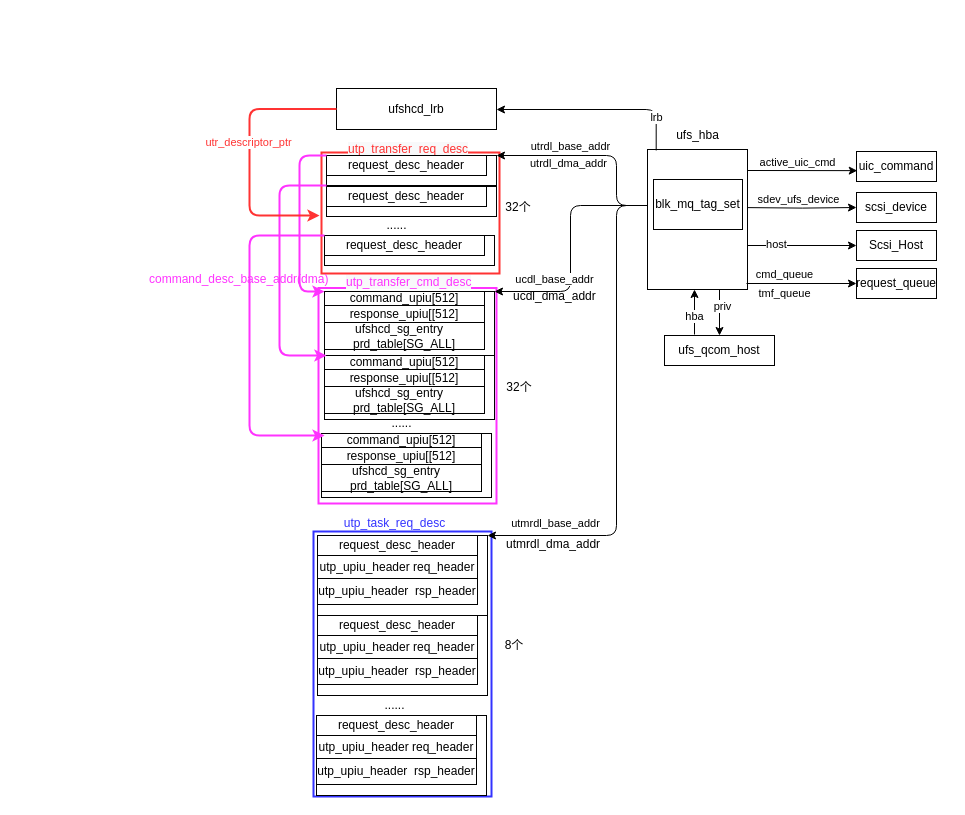
The draw.io diagram ufs.drawio in jasonactions/graph, before the edit. Source tidied: cells renumbered, new cells numbered last; positions are measured from the earlier drawing's top-left corner, leaving out a move shared by most shapes. Both pictures are drawn from the tidied source at 100%, with x=0, y=0 at pixel (147, 88).
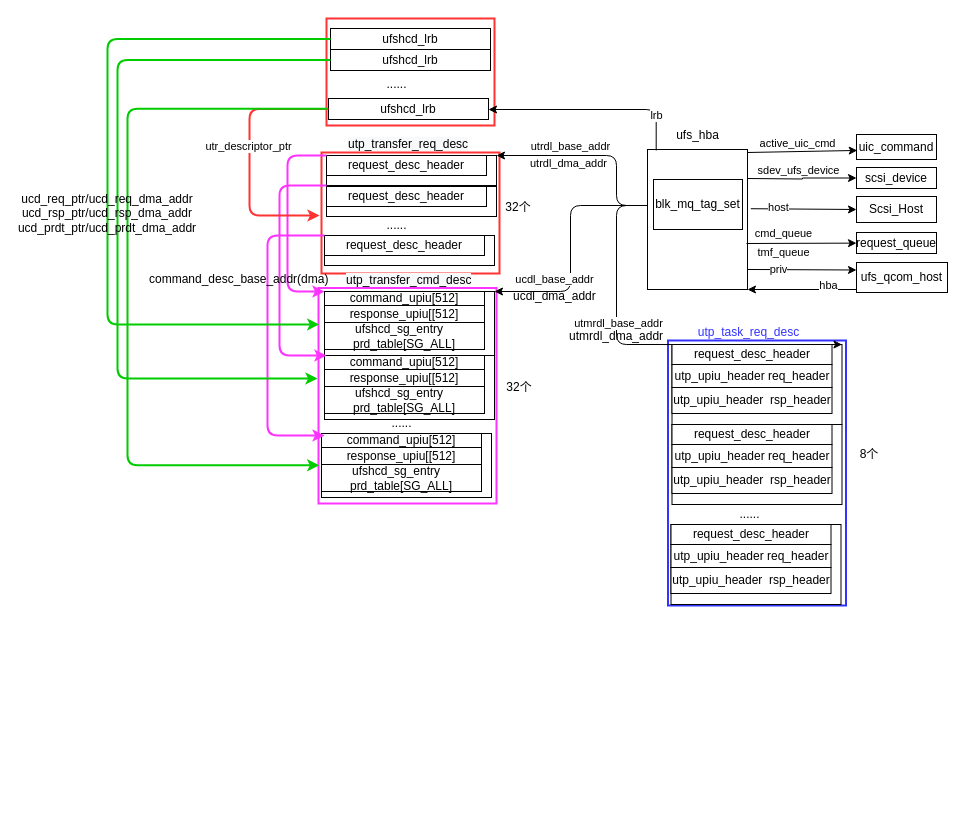
The same diagram, later.

The change refers to these unchanged cells:
```xml
<mxCell id="3" style="rounded=0;whiteSpace=wrap;html=1;strokeColor=#FF33FF;strokeWidth=2;" parent="1" vertex="1">
  <mxGeometry x="171" y="199.5" width="178" height="215.5" as="geometry" />
</mxCell>
<mxCell id="7" style="rounded=0;whiteSpace=wrap;html=1;" parent="1" vertex="1">
  <mxGeometry x="500" y="61" width="100" height="140" as="geometry" />
</mxCell>
<mxCell id="14" style="edgeStyle=elbowEdgeStyle;elbow=horizontal;endArrow=classic;html=1;exitX=0;exitY=0.5;exitDx=0;exitDy=0;entryX=1;entryY=0;entryDx=0;entryDy=0;" parent="1" edge="1" target="10">
  <mxGeometry relative="1" as="geometry">
    <mxPoint x="500" y="117" as="sourcePoint" />
    <Array as="points">
      <mxPoint x="469" y="127" />
    </Array>
  </mxGeometry>
</mxCell>
<mxCell id="42" value="command_upiu[512]" style="rounded=0;whiteSpace=wrap;html=1;" parent="1" vertex="1">
  <mxGeometry x="177" y="203" width="160" height="14" as="geometry" />
</mxCell>
<mxCell id="45" value="request_desc_header" style="rounded=0;whiteSpace=wrap;html=1;" parent="1" vertex="1">
  <mxGeometry x="179" y="67" width="160" height="20" as="geometry" />
</mxCell>
<mxCell id="55" value="request_desc_header" style="rounded=0;whiteSpace=wrap;html=1;" parent="1" vertex="1">
  <mxGeometry x="177" y="147" width="160" height="20" as="geometry" />
</mxCell>
<mxCell id="62" value="command_upiu[512]" style="rounded=0;whiteSpace=wrap;html=1;" parent="1" vertex="1">
  <mxGeometry x="174" y="345" width="160" height="14" as="geometry" />
</mxCell>
<mxCell id="81" style="edgeStyle=elbowEdgeStyle;elbow=horizontal;endArrow=classic;html=1;exitX=0;exitY=0.5;exitDx=0;exitDy=0;strokeColor=#FF3333;strokeWidth=2;" parent="1" edge="1" source="26">
  <mxGeometry relative="1" as="geometry">
    <mxPoint x="172" y="127" as="targetPoint" />
    <Array as="points">
      <mxPoint x="102" y="77" />
    </Array>
  </mxGeometry>
</mxCell>
```

The edit, as a diff of the source:
```diff
@@
+    <mxCell id="83" style="rounded=0;whiteSpace=wrap;html=1;strokeColor=#FF3333;strokeWidth=2;" parent="1" vertex="1">
+      <mxGeometry x="179" y="-70" width="168" height="107" as="geometry" />
+    </mxCell>
     <mxCell id="2" style="rounded=0;whiteSpace=wrap;html=1;strokeColor=#3333FF;strokeWidth=2;" parent="1" vertex="1">
-      <mxGeometry x="166" y="443" width="178" height="265" as="geometry" />
+      <mxGeometry x="520.5" y="252" width="178" height="265" as="geometry" />
     </mxCell>
@@
-    <mxCell id="5" style="edgeStyle=orthogonalEdgeStyle;rounded=0;jettySize=auto;html=1;entryX=0;entryY=0.5;entryDx=0;entryDy=0;exitX=0.997;exitY=0.179;exitDx=0;exitDy=0;exitPerimeter=0;" parent="1" edge="1" target="25">
+    <mxCell id="5" style="edgeStyle=orthogonalEdgeStyle;rounded=0;jettySize=auto;html=1;entryX=0;entryY=0.5;entryDx=0;entryDy=0;" parent="1" edge="1" target="25">
       <mxGeometry relative="1" as="geometry">
-        <mxPoint x="599.7" y="119.1" as="sourcePoint" />
+        <mxPoint x="600" y="90" as="sourcePoint" />
       </mxGeometry>
     </mxCell>
@@
     <mxCell id="10" style="rounded=0;whiteSpace=wrap;html=1;" parent="1" vertex="1">
-      <mxGeometry x="170" y="447" width="170" height="80" as="geometry" />
+      <mxGeometry x="524.5" y="256" width="170" height="80" as="geometry" />
     </mxCell>
@@
     <mxCell id="15" value="utmrdl_base_addr" style="edgeLabel;html=1;align=center;verticalAlign=middle;" parent="14" vertex="1">
       <mxGeometry x="0.45" y="-3" relative="1" as="geometry">
-        <mxPoint x="-59" y="-7" as="offset" />
+        <mxPoint x="-116" y="-25" as="offset" />
       </mxGeometry>
     </mxCell>
@@
     <mxCell id="18" value="Scsi_Host" style="rounded=0;whiteSpace=wrap;html=1;" parent="1" vertex="1">
-      <mxGeometry x="709" y="142" width="80" height="30" as="geometry" />
+      <mxGeometry x="709" y="108" width="80" height="26" as="geometry" />
     </mxCell>
-    <mxCell id="19" style="endArrow=classic;html=1;exitX=1;exitY=0.5;exitDx=0;exitDy=0;entryX=0;entryY=0.5;entryDx=0;entryDy=0;" parent="1" edge="1" target="18">
-      <mxGeometry relative="1" as="geometry">
-        <mxPoint x="600" y="157" as="sourcePoint" />
-      </mxGeometry>
+    <mxCell id="19" style="endArrow=classic;html=1;exitX=1.033;exitY=0.423;exitDx=0;exitDy=0;entryX=0;entryY=0.5;entryDx=0;entryDy=0;exitPerimeter=0;" parent="1" edge="1" source="7" target="18">
+      <mxGeometry relative="1" as="geometry" />
     </mxCell>
@@
     <mxCell id="21" value="request_queue" style="rounded=0;whiteSpace=wrap;html=1;" parent="1" vertex="1">
-      <mxGeometry x="709" y="180" width="80" height="30" as="geometry" />
+      <mxGeometry x="709" y="144" width="80" height="21" as="geometry" />
     </mxCell>
     <mxCell id="22" style="endArrow=classic;html=1;" parent="1" edge="1" target="21">
       <mxGeometry relative="1" as="geometry">
-        <mxPoint x="599" y="195" as="sourcePoint" />
+        <mxPoint x="599" y="155" as="sourcePoint" />
       </mxGeometry>
     </mxCell>
@@
     <mxCell id="25" value="scsi_device" style="rounded=0;whiteSpace=wrap;html=1;" parent="1" vertex="1">
-      <mxGeometry x="709" y="104" width="80" height="30" as="geometry" />
+      <mxGeometry x="709" y="79" width="80" height="21" as="geometry" />
     </mxCell>
     <mxCell id="26" value="ufshcd_lrb" style="rounded=0;whiteSpace=wrap;html=1;" parent="1" vertex="1">
-      <mxGeometry x="189" width="160" height="41" as="geometry" />
+      <mxGeometry x="181" y="10" width="160" height="21" as="geometry" />
     </mxCell>
@@
     <mxCell id="29" value="uic_command" style="rounded=0;whiteSpace=wrap;html=1;" parent="1" vertex="1">
-      <mxGeometry x="709" y="63" width="80" height="30" as="geometry" />
+      <mxGeometry x="709" y="46" width="80" height="25" as="geometry" />
     </mxCell>
     <mxCell id="30" style="endArrow=classic;html=1;entryX=0.009;entryY=0.638;entryDx=0;entryDy=0;entryPerimeter=0;exitX=0.997;exitY=0.114;exitDx=0;exitDy=0;exitPerimeter=0;" parent="1" edge="1" target="29">
       <mxGeometry relative="1" as="geometry">
-        <mxPoint x="599.7" y="82" as="sourcePoint" />
+        <mxPoint x="599.7" y="64" as="sourcePoint" />
       </mxGeometry>
     </mxCell>
@@
     <mxCell id="34" value="ufs_qcom_host" style="rounded=0;whiteSpace=wrap;html=1;" parent="1" vertex="1">
-      <mxGeometry x="517" y="247" width="110" height="30" as="geometry" />
+      <mxGeometry x="709" y="174" width="91" height="30" as="geometry" />
     </mxCell>
-    <mxCell id="35" style="endArrow=classic;html=1;exitX=0.5;exitY=1;exitDx=0;exitDy=0;" parent="1" edge="1" target="34">
-      <mxGeometry relative="1" as="geometry">
-        <mxPoint x="572" y="201" as="sourcePoint" />
-      </mxGeometry>
+    <mxCell id="35" style="endArrow=classic;html=1;exitX=1;exitY=0.857;exitDx=0;exitDy=0;exitPerimeter=0;entryX=0;entryY=0.25;entryDx=0;entryDy=0;" parent="1" edge="1" source="7" target="34">
+      <mxGeometry relative="1" as="geometry" />
     </mxCell>
     <mxCell id="36" value="priv" style="edgeLabel;html=1;align=center;verticalAlign=middle;" parent="35" vertex="1">
-      <mxGeometry x="-0.3" y="2" relative="1" as="geometry" />
+      <mxGeometry x="-0.3" y="2" relative="1" as="geometry">
+        <mxPoint x="-8" y="1" as="offset" />
+      </mxGeometry>
     </mxCell>
-    <mxCell id="37" style="endArrow=classic;html=1;entryX=0.25;entryY=1;entryDx=0;entryDy=0;" parent="1" edge="1">
+    <mxCell id="37" style="endArrow=classic;html=1;entryX=1;entryY=1;entryDx=0;entryDy=0;" parent="1" edge="1" target="7">
       <mxGeometry relative="1" as="geometry">
-        <mxPoint x="547" y="246" as="sourcePoint" />
-        <mxPoint x="547" y="201" as="targetPoint" />
+        <mxPoint x="709" y="201" as="sourcePoint" />
       </mxGeometry>
     </mxCell>
     <mxCell id="38" value="hba" style="edgeLabel;html=1;align=center;verticalAlign=middle;" parent="37" vertex="1">
       <mxGeometry x="-0.64" relative="1" as="geometry">
-        <mxPoint x="-1" y="-11" as="offset" />
+        <mxPoint x="-9" y="-5" as="offset" />
       </mxGeometry>
     </mxCell>
     <mxCell id="39" value="&lt;font color=&quot;#3333ff&quot;&gt;utp_task_req_desc&lt;/font&gt;" style="text;html=1;strokeColor=none;fillColor=none;align=center;verticalAlign=middle;whiteSpace=wrap;rounded=0;" parent="1" vertex="1">
-      <mxGeometry x="205.5" y="425" width="83" height="20" as="geometry" />
+      <mxGeometry x="560" y="234" width="83" height="20" as="geometry" />
     </mxCell>
-    <mxCell id="40" value="&lt;span style=&quot;font-family: &amp;#34;helvetica&amp;#34; ; font-size: 12px ; font-style: normal ; font-weight: 400 ; letter-spacing: normal ; text-align: center ; text-indent: 0px ; text-transform: none ; word-spacing: 0px ; background-color: rgb(248 , 249 , 250) ; display: inline ; float: none&quot;&gt;&lt;font color=&quot;#ff33ff&quot;&gt;utp_transfer_cmd_desc&lt;/font&gt;&lt;/span&gt;" style="text;whiteSpace=wrap;html=1;" parent="1" vertex="1">
-      <mxGeometry x="197" y="180" width="130" height="20" as="geometry" />
+    <mxCell id="40" value="&lt;span style=&quot;font-family: &amp;#34;helvetica&amp;#34; ; font-size: 12px ; font-style: normal ; font-weight: 400 ; letter-spacing: normal ; text-align: center ; text-indent: 0px ; text-transform: none ; word-spacing: 0px ; background-color: rgb(248 , 249 , 250) ; display: inline ; float: none&quot;&gt;utp_transfer_cmd_desc&lt;/span&gt;" style="text;whiteSpace=wrap;html=1;" parent="1" vertex="1">
+      <mxGeometry x="197" y="178" width="130" height="20" as="geometry" />
     </mxCell>
-    <mxCell id="41" value="&lt;span style=&quot;font-family: &amp;#34;helvetica&amp;#34; ; font-size: 12px ; font-style: normal ; font-weight: 400 ; letter-spacing: normal ; text-align: center ; text-indent: 0px ; text-transform: none ; word-spacing: 0px ; background-color: rgb(248 , 249 , 250) ; display: inline ; float: none&quot;&gt;&lt;font color=&quot;#ff3333&quot;&gt;utp_transfer_req_desc&lt;/font&gt;&lt;/span&gt;" style="text;whiteSpace=wrap;html=1;" parent="1" vertex="1">
-      <mxGeometry x="199" y="47" width="120" height="20" as="geometry" />
+    <mxCell id="41" value="&lt;span style=&quot;font-family: &amp;#34;helvetica&amp;#34; ; font-size: 12px ; font-style: normal ; font-weight: 400 ; letter-spacing: normal ; text-align: center ; text-indent: 0px ; text-transform: none ; word-spacing: 0px ; background-color: rgb(248 , 249 , 250) ; display: inline ; float: none&quot;&gt;utp_transfer_req_desc&lt;/span&gt;" style="text;whiteSpace=wrap;html=1;" parent="1" vertex="1">
+      <mxGeometry x="199" y="42" width="120" height="20" as="geometry" />
     </mxCell>
@@
     <mxCell id="46" value="request_desc_header" style="rounded=0;whiteSpace=wrap;html=1;" parent="1" vertex="1">
-      <mxGeometry x="170" y="447" width="160" height="20" as="geometry" />
+      <mxGeometry x="524.5" y="256" width="160" height="20" as="geometry" />
     </mxCell>
     <mxCell id="47" value="utp_upiu_header req_header" style="rounded=0;whiteSpace=wrap;html=1;" parent="1" vertex="1">
-      <mxGeometry x="170" y="467" width="160" height="23" as="geometry" />
+      <mxGeometry x="524.5" y="276" width="160" height="23" as="geometry" />
     </mxCell>
     <mxCell id="48" value="utp_upiu_header&amp;nbsp; rsp_header" style="rounded=0;whiteSpace=wrap;html=1;" parent="1" vertex="1">
-      <mxGeometry x="170" y="490" width="160" height="26" as="geometry" />
+      <mxGeometry x="524.5" y="299" width="160" height="26" as="geometry" />
     </mxCell>
     <mxCell id="49" value="utmrdl_dma_addr" style="text;whiteSpace=wrap;html=1;" parent="1" vertex="1">
-      <mxGeometry x="357" y="442" width="94" height="20" as="geometry" />
+      <mxGeometry x="420" y="234" width="94" height="20" as="geometry" />
     </mxCell>
@@
     <mxCell id="65" style="edgeStyle=elbowEdgeStyle;elbow=horizontal;endArrow=classic;html=1;exitX=0;exitY=0;exitDx=0;exitDy=0;entryX=0;entryY=0;entryDx=0;entryDy=0;strokeColor=#FF33FF;strokeWidth=2;" parent="1" edge="1" source="45" target="42">
       <mxGeometry relative="1" as="geometry">
         <Array as="points">
-          <mxPoint x="152" y="137" />
+          <mxPoint x="140" y="140" />
         </Array>
       </mxGeometry>
     </mxCell>
@@
     <mxCell id="67" style="edgeStyle=elbowEdgeStyle;elbow=horizontal;endArrow=classic;html=1;exitX=0;exitY=0;exitDx=0;exitDy=0;entryX=0.019;entryY=0.143;entryDx=0;entryDy=0;entryPerimeter=0;strokeColor=#FF33FF;strokeWidth=2;" parent="1" edge="1" source="55" target="62">
       <mxGeometry relative="1" as="geometry">
         <Array as="points">
-          <mxPoint x="102" y="247" />
+          <mxPoint x="120" y="250" />
         </Array>
       </mxGeometry>
     </mxCell>
-    <mxCell id="68" value="&lt;font color=&quot;#ff33ff&quot;&gt;command_desc_base_addr(dma)&lt;/font&gt;" style="text;whiteSpace=wrap;html=1;" parent="1" vertex="1">
+    <mxCell id="68" value="command_desc_base_addr(dma)" style="text;whiteSpace=wrap;html=1;" parent="1" vertex="1">
       <mxGeometry y="177" width="170" height="30" as="geometry" />
     </mxCell>
     <mxCell id="69" style="rounded=0;whiteSpace=wrap;html=1;" parent="1" vertex="1">
-      <mxGeometry x="170" y="527" width="170" height="80" as="geometry" />
+      <mxGeometry x="524.5" y="336" width="170" height="80" as="geometry" />
     </mxCell>
     <mxCell id="70" value="request_desc_header" style="rounded=0;whiteSpace=wrap;html=1;" parent="1" vertex="1">
-      <mxGeometry x="170" y="527" width="160" height="20" as="geometry" />
+      <mxGeometry x="524.5" y="336" width="160" height="20" as="geometry" />
     </mxCell>
     <mxCell id="71" value="utp_upiu_header req_header" style="rounded=0;whiteSpace=wrap;html=1;" parent="1" vertex="1">
-      <mxGeometry x="170" y="547" width="160" height="23" as="geometry" />
+      <mxGeometry x="524.5" y="356" width="160" height="23" as="geometry" />
     </mxCell>
     <mxCell id="72" value="utp_upiu_header&amp;nbsp; rsp_header" style="rounded=0;whiteSpace=wrap;html=1;" parent="1" vertex="1">
-      <mxGeometry x="170" y="570" width="160" height="26" as="geometry" />
+      <mxGeometry x="524.5" y="379" width="160" height="26" as="geometry" />
     </mxCell>
     <mxCell id="73" style="rounded=0;whiteSpace=wrap;html=1;" parent="1" vertex="1">
-      <mxGeometry x="169" y="627" width="170" height="80" as="geometry" />
+      <mxGeometry x="523.5" y="436" width="170" height="80" as="geometry" />
     </mxCell>
     <mxCell id="74" value="request_desc_header" style="rounded=0;whiteSpace=wrap;html=1;" parent="1" vertex="1">
-      <mxGeometry x="169" y="627" width="160" height="20" as="geometry" />
+      <mxGeometry x="523.5" y="436" width="160" height="20" as="geometry" />
     </mxCell>
     <mxCell id="75" value="utp_upiu_header req_header" style="rounded=0;whiteSpace=wrap;html=1;" parent="1" vertex="1">
-      <mxGeometry x="169" y="647" width="160" height="23" as="geometry" />
+      <mxGeometry x="523.5" y="456" width="160" height="23" as="geometry" />
     </mxCell>
     <mxCell id="76" value="utp_upiu_header&amp;nbsp; rsp_header" style="rounded=0;whiteSpace=wrap;html=1;" parent="1" vertex="1">
-      <mxGeometry x="169" y="670" width="160" height="26" as="geometry" />
+      <mxGeometry x="523.5" y="479" width="160" height="26" as="geometry" />
     </mxCell>
     <mxCell id="77" value="......" style="text;html=1;align=center;verticalAlign=middle;strokeColor=none;" parent="1" vertex="1">
-      <mxGeometry x="227" y="607" width="40" height="20" as="geometry" />
+      <mxGeometry x="581.5" y="416" width="40" height="20" as="geometry" />
     </mxCell>
@@
     <mxCell id="80" value="8个" style="text;html=1;strokeColor=none;fillColor=none;align=center;verticalAlign=middle;whiteSpace=wrap;rounded=0;" parent="1" vertex="1">
-      <mxGeometry x="347" y="547" width="40" height="20" as="geometry" />
+      <mxGeometry x="701.5" y="356" width="40" height="20" as="geometry" />
     </mxCell>
@@
-    <mxCell id="82" value="&lt;font color=&quot;#ff3333&quot;&gt;utr_descriptor_ptr&lt;/font&gt;" style="edgeLabel;html=1;align=center;verticalAlign=middle;" parent="81" vertex="1">
+    <mxCell id="82" value="utr_descriptor_ptr" style="edgeLabel;html=1;align=center;verticalAlign=middle;" parent="81" vertex="1">
       <mxGeometry x="-0.09" y="-2" relative="1" as="geometry" />
     </mxCell>
+    <mxCell id="84" value="ufshcd_lrb" style="rounded=0;whiteSpace=wrap;html=1;" parent="1" vertex="1">
+      <mxGeometry x="183" y="-60" width="160" height="21" as="geometry" />
+    </mxCell>
+    <mxCell id="85" value="ufshcd_lrb" style="rounded=0;whiteSpace=wrap;html=1;" parent="1" vertex="1">
+      <mxGeometry x="183" y="-39" width="160" height="21" as="geometry" />
+    </mxCell>
+    <mxCell id="86" value="......" style="text;html=1;align=center;verticalAlign=middle;strokeColor=none;" parent="1" vertex="1">
+      <mxGeometry x="229" y="-14.5" width="40" height="20" as="geometry" />
+    </mxCell>
+    <mxCell id="87" style="edgeStyle=elbowEdgeStyle;elbow=horizontal;endArrow=classic;html=1;exitX=0;exitY=0.5;exitDx=0;exitDy=0;strokeColor=#00CC00;strokeWidth=2;entryX=0.004;entryY=0.169;entryDx=0;entryDy=0;entryPerimeter=0;" parent="1" edge="1" source="84" target="3">
+      <mxGeometry relative="1" as="geometry">
+        <Array as="points">
+          <mxPoint x="-40" y="100" />
+        </Array>
+      </mxGeometry>
+    </mxCell>
+    <mxCell id="88" style="edgeStyle=elbowEdgeStyle;elbow=horizontal;endArrow=classic;html=1;exitX=0;exitY=0.5;exitDx=0;exitDy=0;strokeColor=#00CC00;strokeWidth=2;" parent="1" edge="1" source="85">
+      <mxGeometry relative="1" as="geometry">
+        <mxPoint x="170" y="290" as="targetPoint" />
+        <Array as="points">
+          <mxPoint x="-30" y="130" />
+          <mxPoint x="30" y="320" />
+          <mxPoint x="-40" y="110" />
+        </Array>
+      </mxGeometry>
+    </mxCell>
+    <mxCell id="89" style="edgeStyle=elbowEdgeStyle;elbow=horizontal;endArrow=classic;html=1;exitX=0.008;exitY=0.843;exitDx=0;exitDy=0;strokeColor=#00CC00;strokeWidth=2;exitPerimeter=0;entryX=0.004;entryY=0.823;entryDx=0;entryDy=0;entryPerimeter=0;" parent="1" edge="1" source="83" target="3">
+      <mxGeometry relative="1" as="geometry">
+        <Array as="points">
+          <mxPoint x="-20" y="140" />
+          <mxPoint x="40" y="330" />
+          <mxPoint x="-30" y="120" />
+        </Array>
+      </mxGeometry>
+    </mxCell>
+    <mxCell id="90" value="ucd_req_ptr/ucd_req_dma_addr&lt;br&gt;ucd_rsp_ptr/ucd_rsp_dma_addr&lt;br&gt;ucd_prdt_ptr/ucd_prdt_dma_addr" style="text;html=1;strokeColor=none;fillColor=none;align=center;verticalAlign=middle;whiteSpace=wrap;rounded=0;" parent="1" vertex="1">
+      <mxGeometry x="-130" y="100" width="180" height="49" as="geometry" />
+    </mxCell>
```
